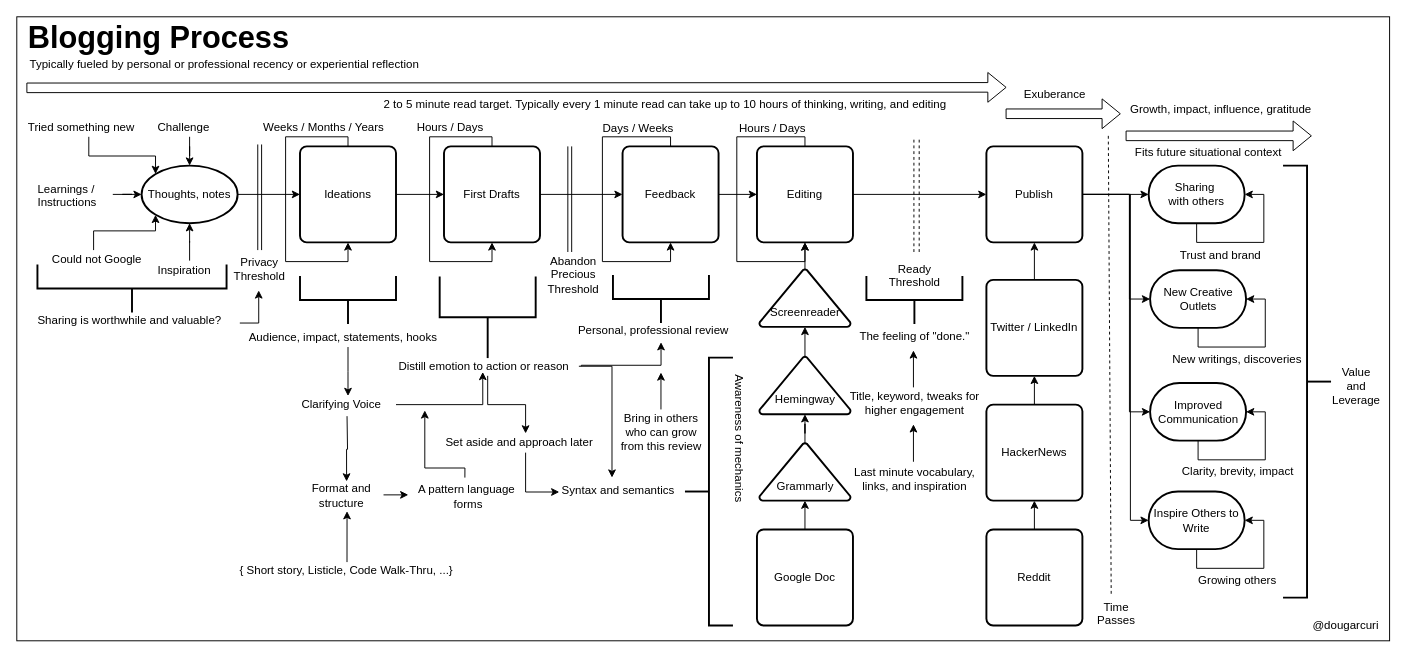
solidi/learning-notes keeps this draw.io diagram as mentoring/diagrams/blogging-process.drawio. Above is the earlier version. Source tidied: cells renumbered, new cells numbered last; positions are measured from the earlier drawing's top-left corner, leaving out a move shared by most shapes. Both pictures are drawn from the tidied source at 96%, with x=0, y=0 at pixel (16, 16).
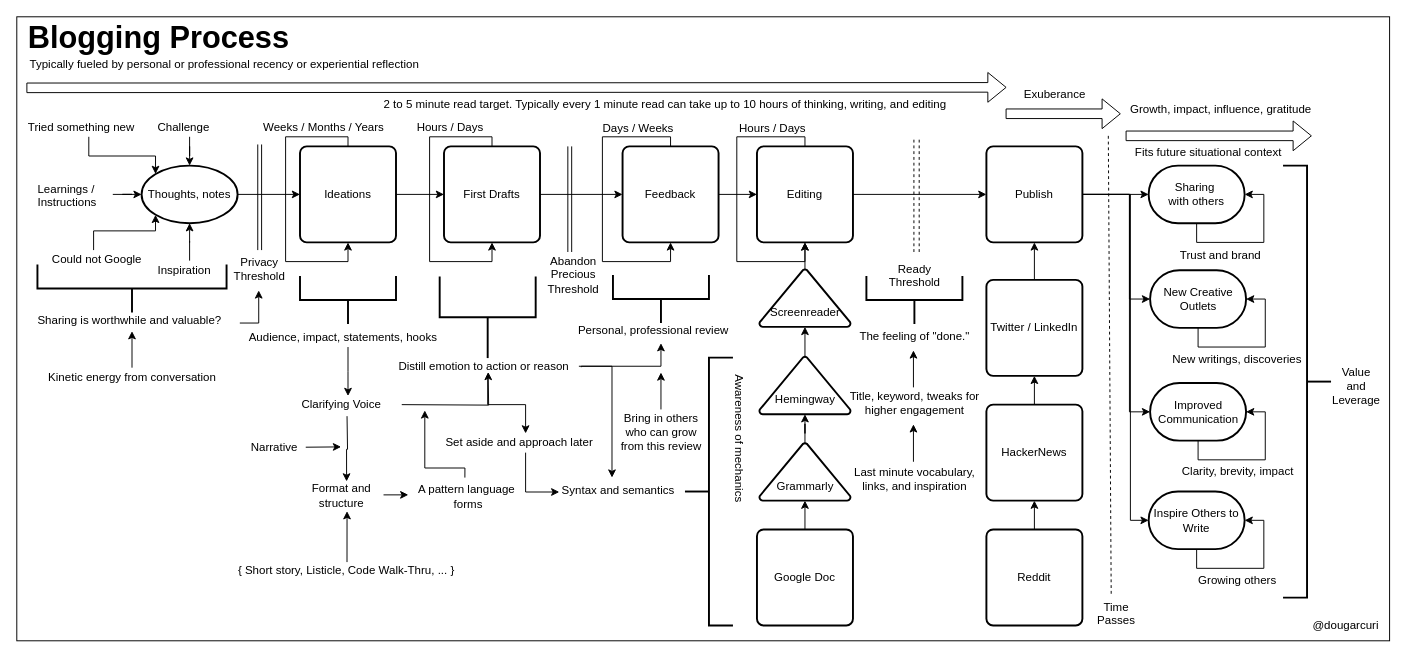
The same page after the edit.

Commit message (it also covers changes not shown here):
Update blogging process to include narrative and conversation

The change refers to these unchanged cells:
```xml
<mxCell id="33" value="Clarifying Voice" style="text;html=1;points=[];align=left;verticalAlign=top;spacingTop=-4;" parent="1" vertex="1">
  <mxGeometry x="295" y="394" width="100" height="20" as="geometry" />
</mxCell>
<mxCell id="35" value="Personal, professional review" style="text;html=1;points=[];align=left;verticalAlign=top;spacingTop=-4;" parent="1" vertex="1">
  <mxGeometry x="583" y="317" width="170" height="20" as="geometry" />
</mxCell>
<mxCell id="40" value="Distill emotion to action or reason" style="text;html=1;points=[];align=left;verticalAlign=top;spacingTop=-4;" parent="1" vertex="1">
  <mxGeometry x="395.5" y="354" width="190" height="20" as="geometry" />
</mxCell>
```

Change to the diagram source:
```diff
@@
-    <mxCell id="32" style="edgeStyle=orthogonalEdgeStyle;rounded=0;jettySize=auto;html=1;entryX=0.473;entryY=0.8;entryDx=0;entryDy=0;entryPerimeter=0;" parent="1" edge="1" source="33" target="40">
-      <mxGeometry relative="1" as="geometry" />
+    <mxCell id="32" style="edgeStyle=orthogonalEdgeStyle;rounded=0;orthogonalLoop=1;jettySize=auto;html=1;entryX=0.473;entryY=0.8;entryDx=0;entryDy=0;entryPerimeter=0;" parent="1" edge="1">
+      <mxGeometry relative="1" as="geometry">
+        <mxPoint x="401" y="404" as="sourcePoint" />
+        <mxPoint x="491" y="370" as="targetPoint" />
+      </mxGeometry>
     </mxCell>
@@
-    <mxCell id="37" style="edgeStyle=orthogonalEdgeStyle;rounded=0;jettySize=auto;html=1;entryX=0.518;entryY=1.1;entryDx=0;entryDy=0;entryPerimeter=0;exitX=1.013;exitY=0.5;exitDx=0;exitDy=0;exitPerimeter=0;" parent="1" edge="1" source="40" target="35">
+    <mxCell id="37" style="edgeStyle=orthogonalEdgeStyle;rounded=0;orthogonalLoop=1;jettySize=auto;html=1;entryX=0.518;entryY=1.1;entryDx=0;entryDy=0;entryPerimeter=0;exitX=1.013;exitY=0.5;exitDx=0;exitDy=0;exitPerimeter=0;" parent="1" edge="1">
       <mxGeometry relative="1" as="geometry">
+        <mxPoint x="588" y="365" as="sourcePoint" />
+        <mxPoint x="671" y="340" as="targetPoint" />
         <Array as="points">
-          <mxPoint x="588" y="363" />
-          <mxPoint x="671" y="363" />
+          <mxPoint x="588" y="364" />
+          <mxPoint x="671" y="364" />
         </Array>
       </mxGeometry>
     </mxCell>
@@
-    <mxCell id="117" value="{ Short story, Listicle, Code Walk-Thru, ...}" style="text;html=1;align=center;verticalAlign=middle;points=[];" parent="1" vertex="1">
+    <mxCell id="117" value="{ Short story, Listicle, Code Walk-Thru, ... }" style="text;html=1;align=center;verticalAlign=middle;points=[];" parent="1" vertex="1">
       <mxGeometry x="223" y="566.5" width="240" height="20" as="geometry" />
     </mxCell>
+    <mxCell id="118" value="Narrative" style="text;html=1;align=center;verticalAlign=middle;points=[];" parent="1" vertex="1">
+      <mxGeometry x="238" y="439" width="60" height="20" as="geometry" />
+    </mxCell>
+    <mxCell id="119" style="endArrow=classic;html=1;exitX=1.05;exitY=0.467;exitDx=0;exitDy=0;exitPerimeter=0;entryX=-0.018;entryY=0.433;entryDx=0;entryDy=0;entryPerimeter=0;" parent="1" edge="1" source="118">
+      <mxGeometry relative="1" as="geometry">
+        <mxPoint x="337.8" y="448" as="targetPoint" />
+      </mxGeometry>
+    </mxCell>
+    <mxCell id="120" value="Kinetic energy from conversation" style="text;html=1;align=center;verticalAlign=top;spacingTop=-4;" parent="1" vertex="1">
+      <mxGeometry x="25" y="365.5" width="190" height="20" as="geometry" />
+    </mxCell>
+    <mxCell id="121" style="edgeStyle=orthogonalEdgeStyle;rounded=0;orthogonalLoop=1;jettySize=auto;html=1;exitX=0.5;exitY=0;exitDx=0;exitDy=0;entryX=0.5;entryY=1;entryDx=0;entryDy=0;" parent="1" edge="1">
+      <mxGeometry relative="1" as="geometry">
+        <mxPoint x="120" y="365.5" as="sourcePoint" />
+        <mxPoint x="120" y="327.5" as="targetPoint" />
+      </mxGeometry>
+    </mxCell>
```
